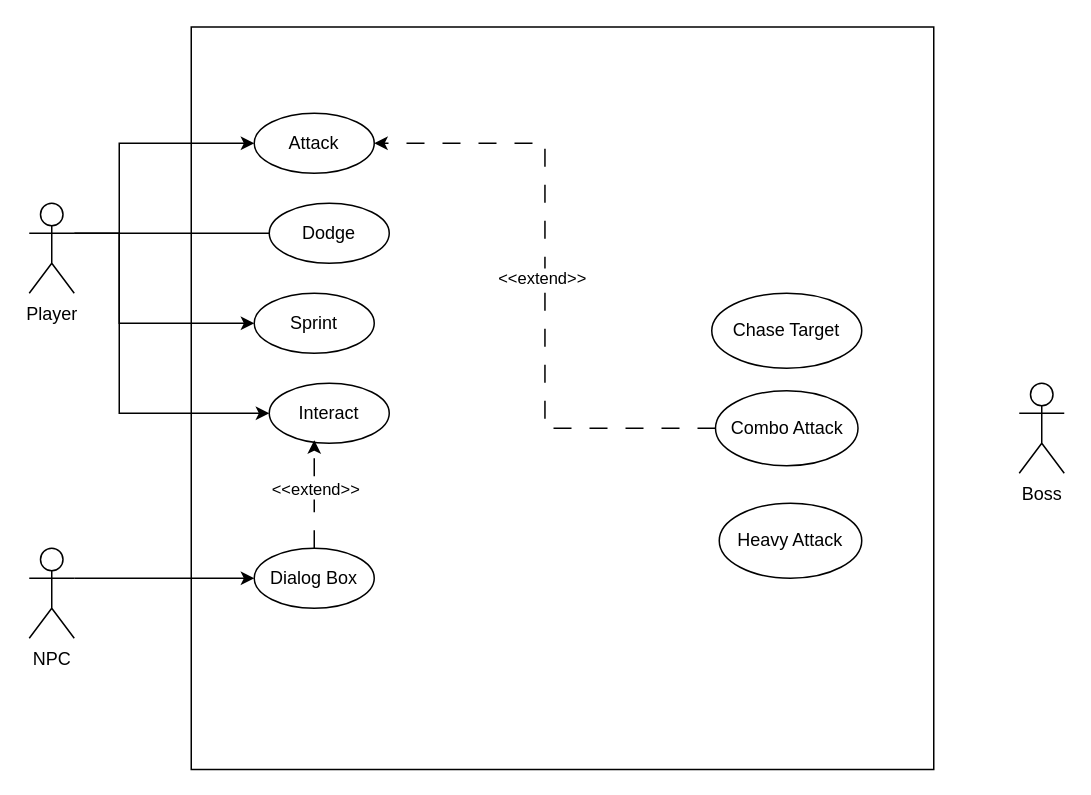
The draw.io diagram use Case.drawio in Myriadn/Flowchart_Assignment, before the edit. Source tidied: cells renumbered, new cells numbered last; positions are measured from the earlier drawing's top-left corner, leaving out a move shared by most shapes. Both pictures are drawn from the tidied source at 150%, with x=0, y=0 at pixel (28, 26).
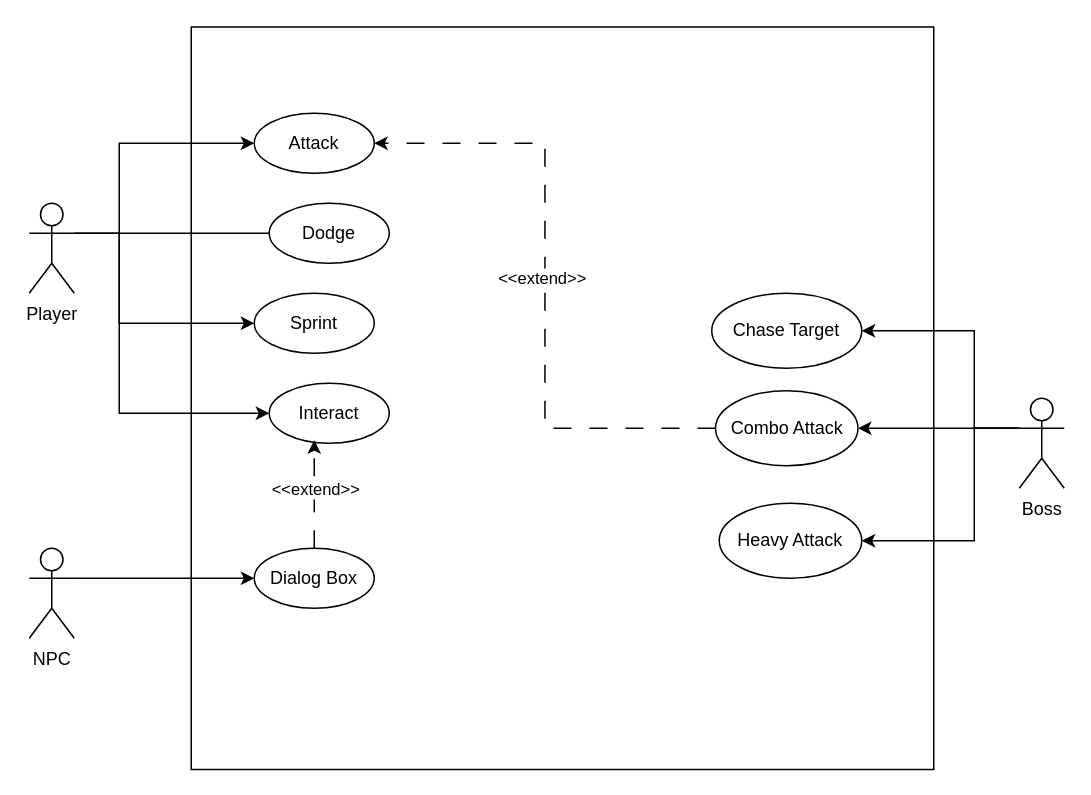
Above is the later version.

The change refers to these unchanged cells:
```xml
<mxCell id="15" value="Chase Target" style="ellipse;whiteSpace=wrap;html=1;" parent="1" vertex="1">
  <mxGeometry x="455" y="178" width="100" height="50" as="geometry" />
</mxCell>
<mxCell id="18" value="Combo Attack" style="ellipse;whiteSpace=wrap;html=1;" parent="1" vertex="1">
  <mxGeometry x="457.5" y="243" width="95" height="50" as="geometry" />
</mxCell>
<mxCell id="19" value="Heavy Attack" style="ellipse;whiteSpace=wrap;html=1;" parent="1" vertex="1">
  <mxGeometry x="460" y="318" width="95" height="50" as="geometry" />
</mxCell>
```

Change to the diagram source:
```diff
@@
+    <mxCell id="22" style="edgeStyle=orthogonalEdgeStyle;rounded=0;jettySize=auto;html=1;exitX=0;exitY=0.3333333333333333;exitDx=0;exitDy=0;exitPerimeter=0;entryX=1;entryY=0.5;entryDx=0;entryDy=0;" parent="1" edge="1" source="9" target="15">
+      <mxGeometry relative="1" as="geometry">
+        <Array as="points">
+          <mxPoint x="630" y="268" />
+          <mxPoint x="630" y="203" />
+        </Array>
+      </mxGeometry>
+    </mxCell>
+    <mxCell id="23" style="edgeStyle=orthogonalEdgeStyle;rounded=0;jettySize=auto;html=1;exitX=0;exitY=0.3333333333333333;exitDx=0;exitDy=0;exitPerimeter=0;entryX=1;entryY=0.5;entryDx=0;entryDy=0;" parent="1" edge="1" source="9" target="18">
+      <mxGeometry relative="1" as="geometry" />
+    </mxCell>
+    <mxCell id="24" style="edgeStyle=orthogonalEdgeStyle;rounded=0;jettySize=auto;html=1;exitX=0;exitY=0.3333333333333333;exitDx=0;exitDy=0;exitPerimeter=0;entryX=1;entryY=0.5;entryDx=0;entryDy=0;" parent="1" edge="1" source="9" target="19">
+      <mxGeometry relative="1" as="geometry">
+        <Array as="points">
+          <mxPoint x="630" y="268" />
+          <mxPoint x="630" y="343" />
+        </Array>
+      </mxGeometry>
+    </mxCell>
     <mxCell id="9" value="Boss" style="shape=umlActor;verticalLabelPosition=bottom;verticalAlign=top;html=1;outlineConnect=0;" parent="1" vertex="1">
-      <mxGeometry x="660" y="238" width="30" height="60" as="geometry" />
+      <mxGeometry x="660" y="248" width="30" height="60" as="geometry" />
     </mxCell>
```
